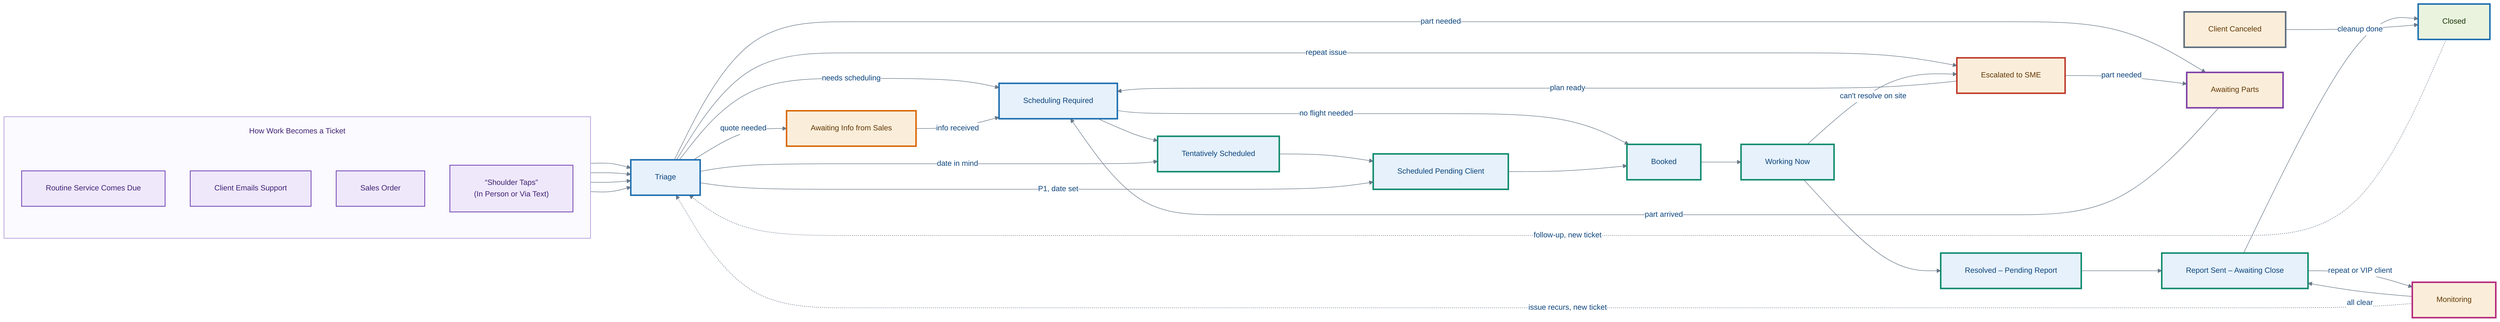
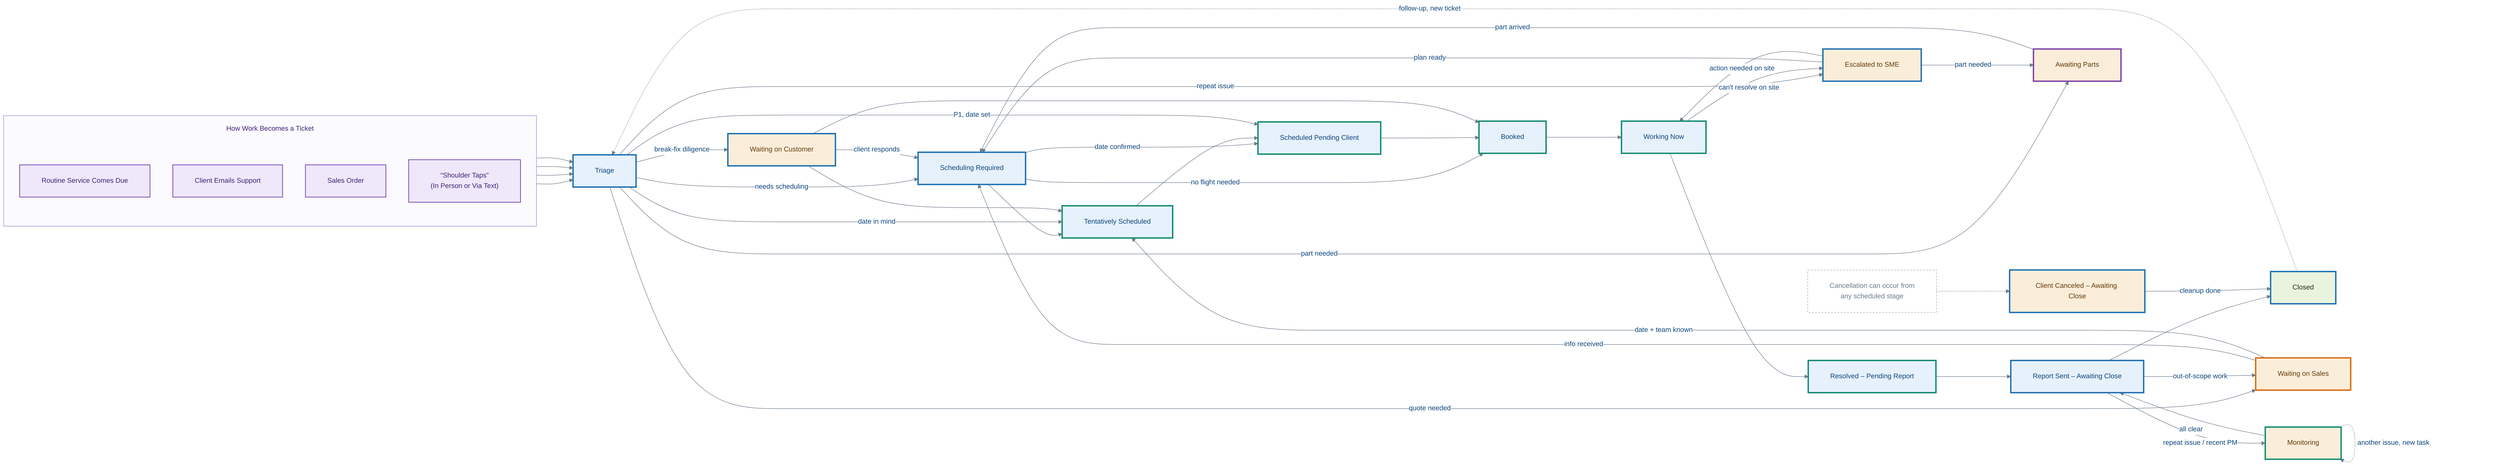
---
config:
  theme: base
  fontFamily: 'Helvetica, Arial, sans-serif'
  themeVariables:
    fontFamily: 'Helvetica, Arial, sans-serif'
    fontSize: 15px
    lineColor: '#6B7A8A'
    primaryColor: '#E6F1FB'
    primaryBorderColor: '#185FA5'
    primaryTextColor: '#0C447C'
    edgeLabelBackground: '#FFFFFF'
    titleColor: '#0C447C'
  flowchart:
    curve: basis
    htmlLabels: true
    nodeSpacing: 50
    rankSpacing: 80
    padding: 24
    useMaxWidth: false
    subGraphTitleMargin:
      top: 18
      bottom: 26
---
flowchart LR
    %% ---- Main flow ----
    Triage["Triage"]
    SchedReq["Scheduling Required"]
    Tentative["Tentatively Scheduled"]
    PendingClient["Scheduled Pending Client"]
    Booked["Booked"]
    Working["Working Now"]
    Resolved["Resolved – Pending Report"]
    ReportSent["Report Sent – Awaiting Close"]
    Closed["Closed"]

    %% ---- Exceptions / off-ramps ----
-     AwaitingInfo["Awaiting Info from Sales"]
+     WaitingSales["Waiting on Sales"]
+     WaitingCustomer["Waiting on Customer"]
    AwaitingParts["Awaiting Parts"]
    SME["Escalated to SME"]
    Monitoring["Monitoring"]
-     Canceled["Client Canceled"]
+     Canceled["Client Canceled – Awaiting Close"]
+     CancelNote["Cancellation can occur from<br/>any scheduled stage"]

    %% ---- Intake: how work becomes a ticket ----
    subgraph Intake["How Work Becomes a Ticket"]
        direction TB
        RoutineComms["Routine Service Comes Due"]
        ClientEmail["Client Emails Support"]
        NewSale["Sales Order"]
        ShoulderTap["&ldquo;Shoulder Taps&rdquo;<br/>(In Person or Via Text)"]
    end

    RoutineComms --> Triage
    ClientEmail --> Triage
    NewSale --> Triage
    ShoulderTap --> Triage

    %% ---- Happy path ----
    Triage -->|needs scheduling| SchedReq
    SchedReq --> Tentative
+     SchedReq -->|date confirmed| PendingClient
    SchedReq -->|no flight needed| Booked
    Tentative --> PendingClient
    PendingClient --> Booked
    Booked --> Working
    Working --> Resolved
    Resolved --> ReportSent
    ReportSent --> Closed

    %% ---- Triage branches ----
-     Triage -->|quote needed| AwaitingInfo
+     Triage -->|quote needed| WaitingSales
+     Triage -->|break-fix diligence| WaitingCustomer
    Triage -->|date in mind| Tentative
    Triage -->|P1, date set| PendingClient
    Triage -->|repeat issue| SME
    Triage -->|part needed| AwaitingParts

-     %% ---- Returns to the dispatcher queue ----
-     AwaitingInfo -->|info received| SchedReq
+     %% ---- Returns to the scheduling queue ----
+     WaitingSales -->|info received| SchedReq
+     WaitingSales -->|date + team known| Tentative
+     WaitingCustomer -->|client responds| SchedReq
+     WaitingCustomer --> Tentative
+     WaitingCustomer --> Booked
    AwaitingParts -->|part arrived| SchedReq
    SME -->|plan ready| SchedReq
+     SME -->|action needed on site| Working
    SME -->|part needed| AwaitingParts

    %% ---- Field escalation ----
    Working -->|can't resolve on site| SME

+     %% ---- Out-of-scope work found at close ----
+     ReportSent -->|out-of-scope work| WaitingSales
+ 
    %% ---- Monitoring loop ----
-     ReportSent -->|repeat or VIP client| Monitoring
+     ReportSent -->|repeat issue / recent PM| Monitoring
    Monitoring -->|all clear| ReportSent
-     Monitoring -.->|issue recurs, new ticket| Triage
+     Monitoring -.->|another issue, new task| Monitoring

    %% ---- Cancellation (can enter from any scheduled stage) ----
+     CancelNote -.-> Canceled
    Canceled -->|cleanup done| Closed

    %% ---- Follow-up ----
    Closed -.->|follow-up, new ticket| Triage

-     %% ---- Styling ----
+     %% ---- Styling: fill = phase ----
    classDef main   fill:#E6F1FB,stroke:#185FA5,color:#0C447C,stroke-width:1.5px;
    classDef exc    fill:#FAEEDA,stroke:#854F0B,color:#633806,stroke-width:1.5px;
    classDef done   fill:#EAF3DE,stroke:#3B6D11,color:#173404,stroke-width:1.5px;
    classDef intake fill:#EFE8FB,stroke:#6D3CB0,color:#3E2173,stroke-width:1.5px;
+     classDef note   fill:#FFFFFF,stroke:#9AA7B4,color:#6B7A8A,stroke-width:1px,stroke-dasharray:4 3;

    class Triage,SchedReq,Tentative,PendingClient,Booked,Working,Resolved,ReportSent main;
-     class AwaitingInfo,AwaitingParts,SME,Monitoring,Canceled exc;
+     class WaitingSales,WaitingCustomer,AwaitingParts,SME,Monitoring,Canceled exc;
    class Closed done;
    class RoutineComms,ClientEmail,NewSale,ShoulderTap intake;
+     class CancelNote note;
    style Intake fill:#FBFAFE,stroke:#B9A6DE,stroke-width:1.5px,color:#3E2173;

    %% ---- Ownership (border color = owner; fill stays = phase) ----
-     %% Strawman mapping — recolor once roles are confirmed.
+     %% Confirmed against the process doc's "Owner:" field for every stage.
    %% Dispatcher / Scheduler
-     style Triage        stroke:#1E6FB0,stroke-width:3px;
-     style SchedReq      stroke:#1E6FB0,stroke-width:3px;
-     style Closed        stroke:#1E6FB0,stroke-width:3px;
-     %% Field Engineer (Tentatively Scheduled through Booked, then the on-site work)
-     style Tentative     stroke:#0E8A6E,stroke-width:3px;
-     style PendingClient stroke:#0E8A6E,stroke-width:3px;
-     style Booked        stroke:#0E8A6E,stroke-width:3px;
-     style Working       stroke:#0E8A6E,stroke-width:3px;
-     style Resolved      stroke:#0E8A6E,stroke-width:3px;
-     style ReportSent    stroke:#0E8A6E,stroke-width:3px;
+     style Triage          stroke:#1E6FB0,stroke-width:3px;
+     style SchedReq        stroke:#1E6FB0,stroke-width:3px;
+     style WaitingCustomer stroke:#1E6FB0,stroke-width:3px;
+     style ReportSent      stroke:#1E6FB0,stroke-width:3px;
+     style SME             stroke:#1E6FB0,stroke-width:3px;
+     style Canceled        stroke:#1E6FB0,stroke-width:3px;
+     style Closed          stroke:#1E6FB0,stroke-width:3px;
+     %% Field Engineer (Tentatively Scheduled through the on-site work + monitoring)
+     style Tentative       stroke:#0E8A6E,stroke-width:3px;
+     style PendingClient   stroke:#0E8A6E,stroke-width:3px;
+     style Booked          stroke:#0E8A6E,stroke-width:3px;
+     style Working         stroke:#0E8A6E,stroke-width:3px;
+     style Resolved        stroke:#0E8A6E,stroke-width:3px;
+     style Monitoring      stroke:#0E8A6E,stroke-width:3px;
    %% Sales
-     style AwaitingInfo  stroke:#D9690C,stroke-width:3px;
-     %% SME
-     style SME           stroke:#C0392B,stroke-width:3px;
-     %% Procurement / Parts
-     style AwaitingParts stroke:#7E3FA8,stroke-width:3px;
-     %% Account Manager / Service Lead
-     style Monitoring    stroke:#B5277E,stroke-width:3px;
-     %% Client
-     style Canceled      stroke:#5B6B7B,stroke-width:3px;
+     style WaitingSales    stroke:#D9690C,stroke-width:3px;
+     %% Inventory Controller
+     style AwaitingParts   stroke:#7E3FA8,stroke-width:3px;
